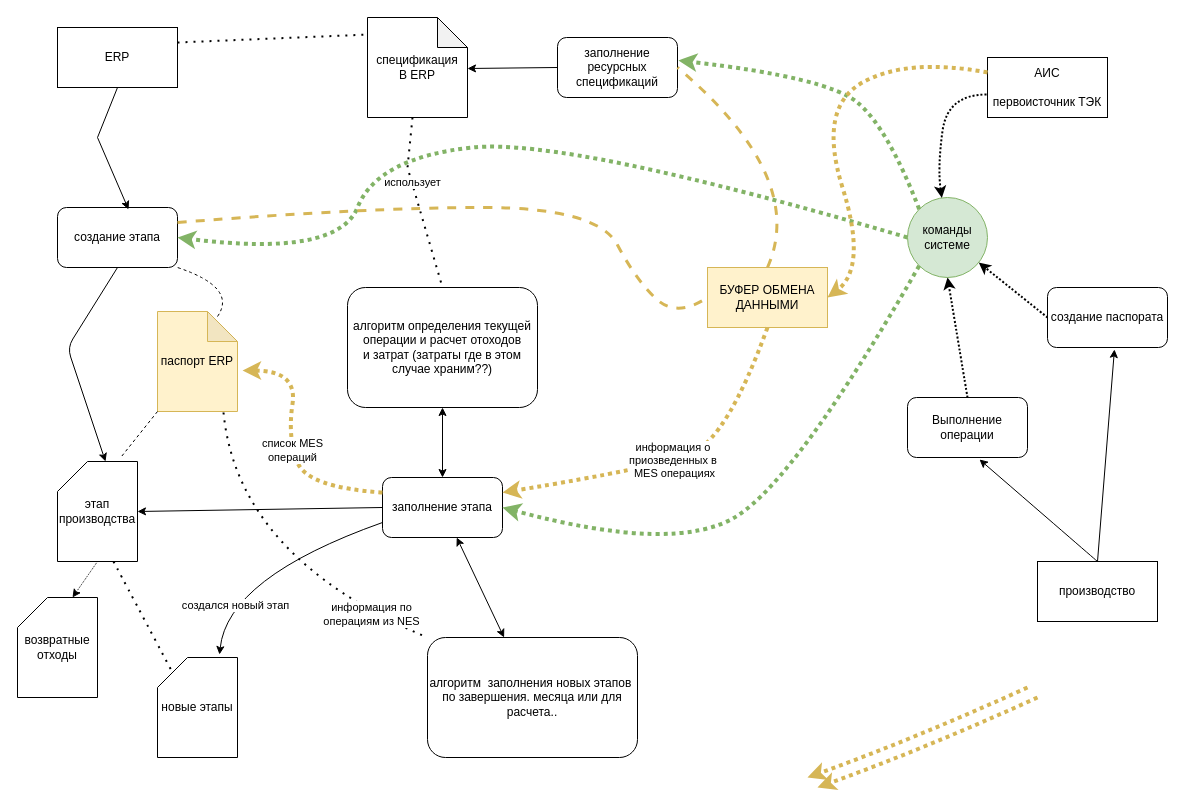
This is VSMPO/models/erp_comunicate_v1.drawio from sashok74/Rarus, a draw.io file, before an edit. Source tidied: cells renumbered, new cells numbered last; positions are measured from the earlier drawing's top-left corner, leaving out a move shared by most shapes. Both pictures are drawn from the tidied source at 100%, with x=0, y=0 at pixel (17, 17).
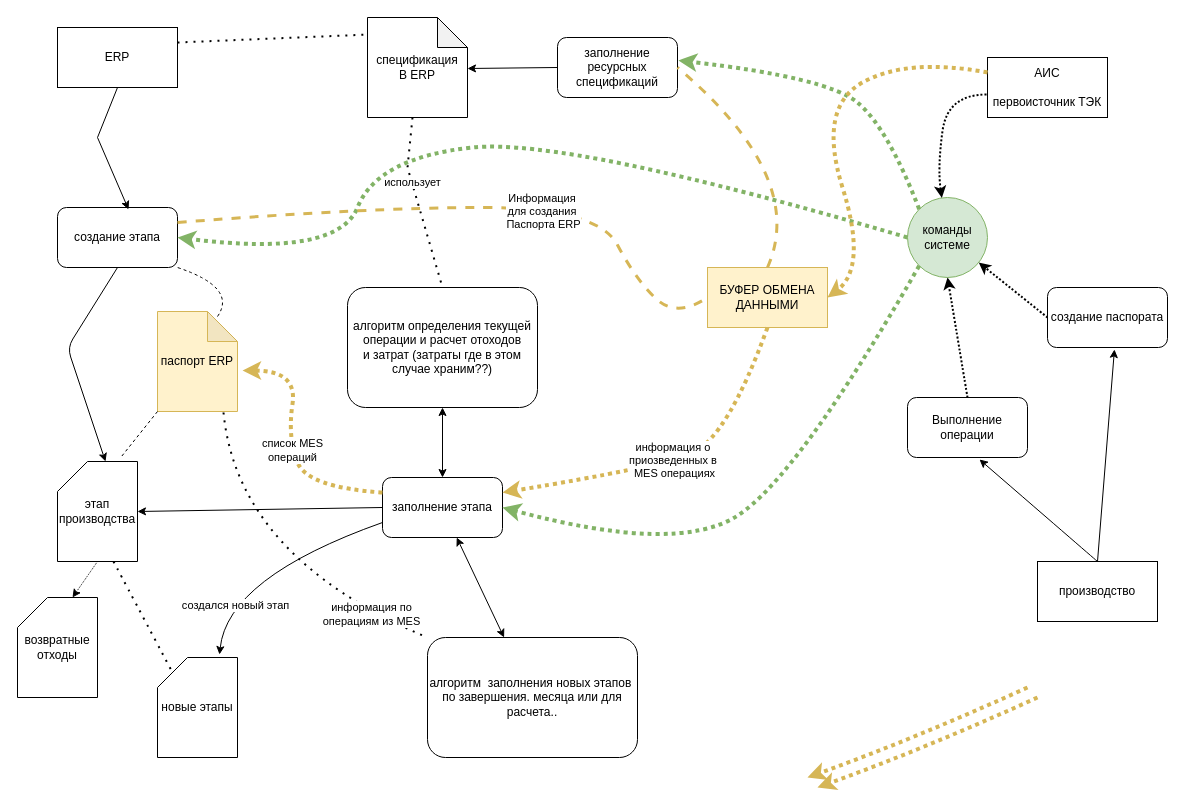
The same page after the edit.

The change refers to these unchanged cells:
```xml
<mxCell id="32" style="endArrow=none;dashed=1;html=1;entryX=0;entryY=0.5;entryDx=0;entryDy=0;exitX=1;exitY=0.25;exitDx=0;exitDy=0;curved=1;fillColor=#fff2cc;strokeColor=#d6b656;strokeWidth=3;" parent="1" edge="1" source="13" target="29">
  <mxGeometry relative="1" as="geometry">
    <Array as="points">
      <mxPoint x="350" y="190" />
      <mxPoint x="580" y="190" />
      <mxPoint x="620" y="265" />
      <mxPoint x="660" y="300" />
    </Array>
  </mxGeometry>
</mxCell>
<mxCell id="43" style="endArrow=none;dashed=1;html=1;dashPattern=1 3;strokeWidth=2;curved=1;entryX=0;entryY=0;entryDx=0;entryDy=0;exitX=0.825;exitY=1.01;exitDx=0;exitDy=0;exitPerimeter=0;" parent="1" edge="1" source="17" target="27">
  <mxGeometry relative="1" as="geometry">
    <Array as="points">
      <mxPoint x="220" y="540" />
    </Array>
  </mxGeometry>
</mxCell>
```

Change to the diagram source:
```diff
@@
+    <mxCell id="53" value="Информация&amp;nbsp;&lt;br&gt;для создания&amp;nbsp;&lt;br&gt;Паспорта ERP" style="edgeLabel;html=1;align=center;verticalAlign=middle;" parent="32" vertex="1">
+      <mxGeometry x="0.23" y="-3" relative="1" as="geometry" />
+    </mxCell>
@@
-    <mxCell id="44" value="информация по&lt;br&gt;операциям из NES" style="edgeLabel;html=1;align=center;verticalAlign=middle;" parent="43" vertex="1">
+    <mxCell id="44" value="информация по&lt;br&gt;операциям из MES" style="edgeLabel;html=1;align=center;verticalAlign=middle;" parent="43" vertex="1">
       <mxGeometry x="0.65" relative="1" as="geometry" />
     </mxCell>
```
